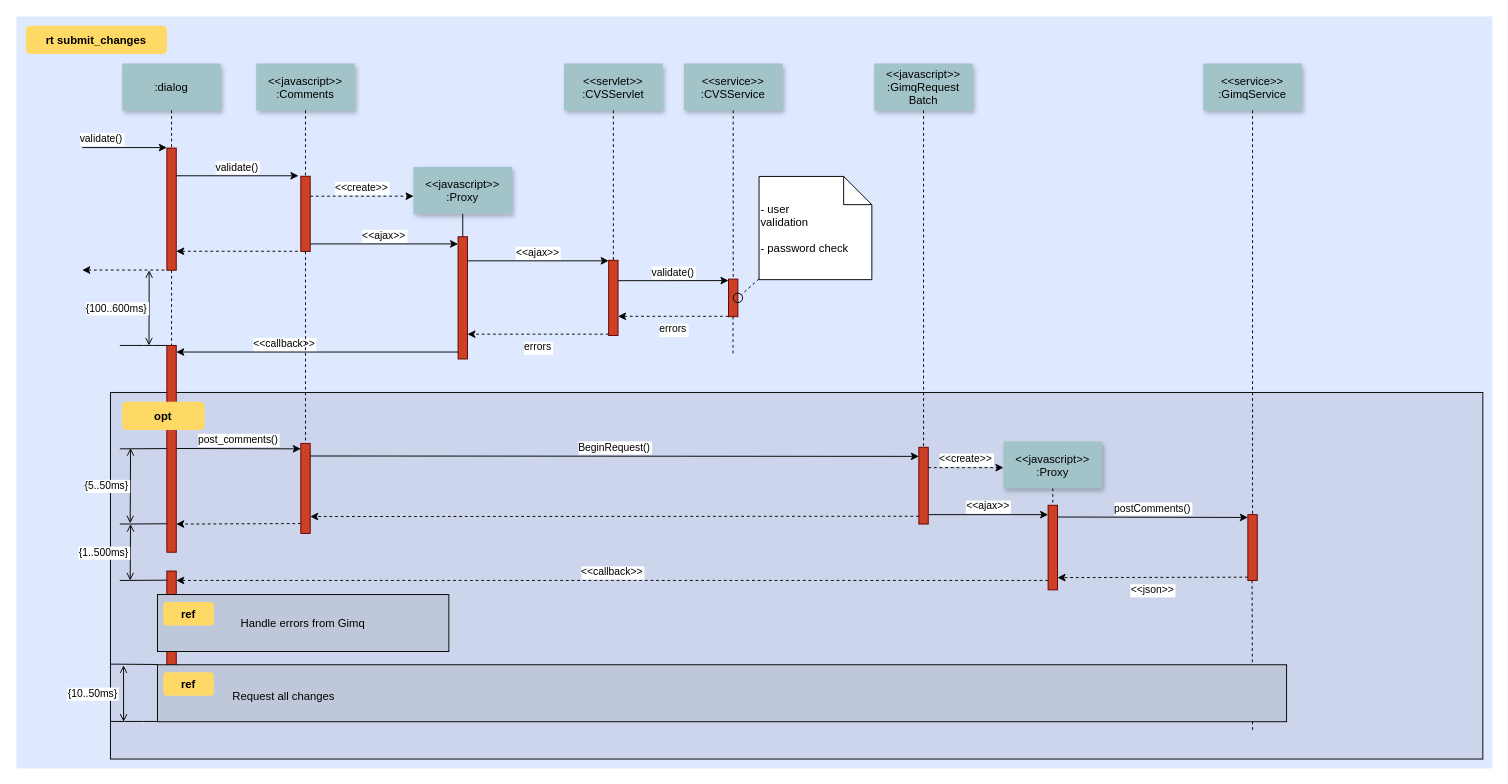
This is sequence_recognition.drawio from Dat0309/DO-AN-NAY-BI-QUY-AM, a draw.io file, before an edit. Source tidied: cells renumbered, new cells numbered last; positions are measured from the earlier drawing's top-left corner, leaving out a move shared by most shapes. Both pictures are drawn from the tidied source at 94%, with x=0, y=0 at pixel (16, 16).
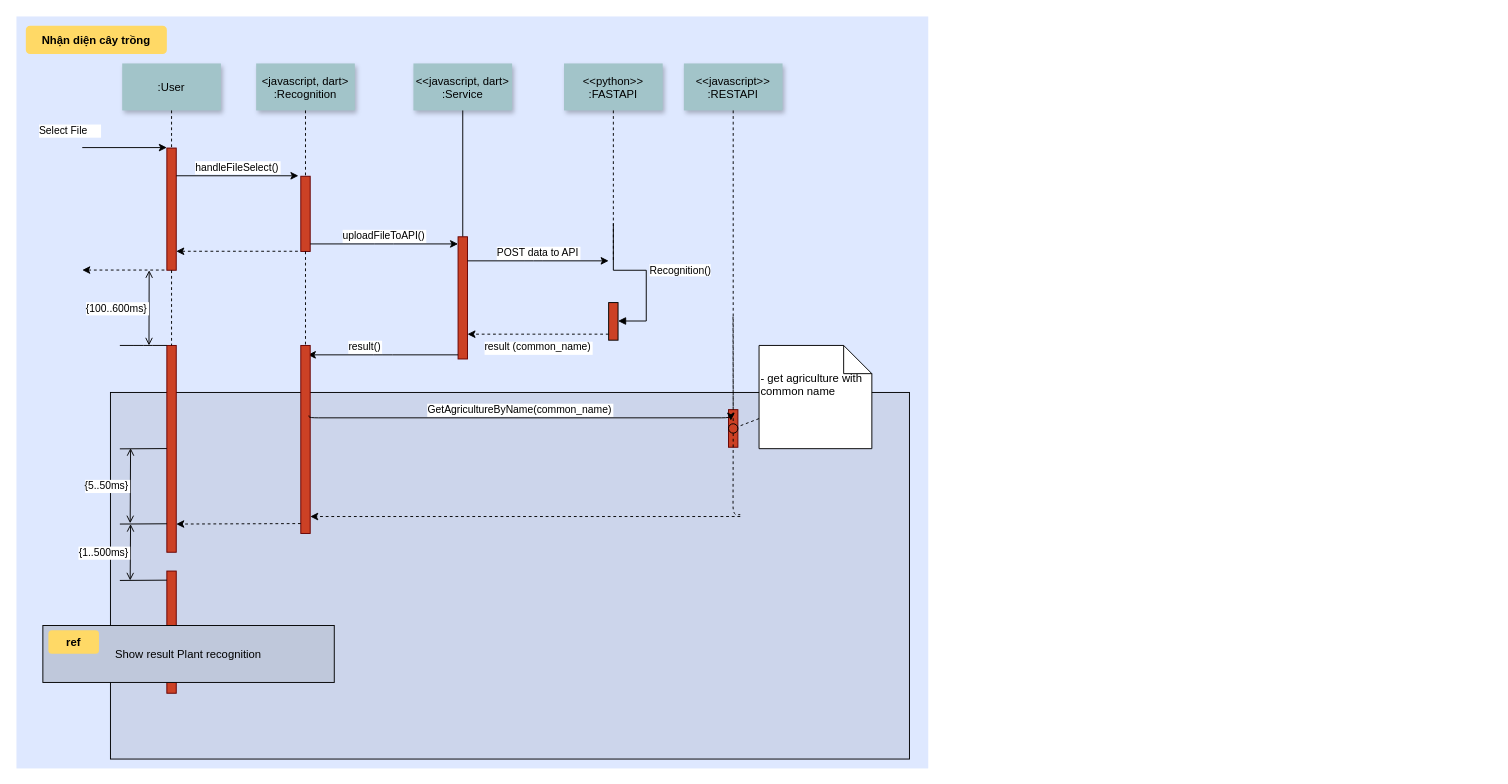
Above is the later version.

Commit message:
Cập nhật sequence_recognition.drawio

Unchanged cells that the change refers to:
```xml
<mxCell id="8" style="fillColor=#CC4125;strokeColor=#660000;" parent="1" vertex="1">
  <mxGeometry x="302.5" y="170" width="10" height="80" as="geometry" />
</mxCell>
<mxCell id="17" style="fillColor=#CC4125;strokeColor=#660000;" parent="1" vertex="1">
  <mxGeometry x="469.8" y="234.4" width="10" height="130" as="geometry" />
</mxCell>
<mxCell id="35" style="fillColor=#CC4125;strokeColor=#660000;" parent="1" vertex="1">
  <mxGeometry x="160" y="350" width="10" height="220" as="geometry" />
</mxCell>
<mxCell id="57" style="fillColor=#CC4125;strokeColor=#660000;" parent="1" vertex="1">
  <mxGeometry x="160" y="590" width="10" height="130" as="geometry" />
</mxCell>
```

What changed in the source:
```diff
@@
     <mxCell id="2" style="fillColor=#DEE8FF;strokeColor=none;" parent="1" vertex="1">
-      <mxGeometry width="1570" height="800" as="geometry" />
+      <mxGeometry width="970" height="800" as="geometry" />
     </mxCell>
     <mxCell id="3" style="fillColor=#CCD5EB;" parent="1" vertex="1">
-      <mxGeometry x="100" y="400" width="1460" height="390" as="geometry" />
+      <mxGeometry x="100" y="400" width="850" height="390" as="geometry" />
     </mxCell>
-    <mxCell id="4" style="edgeStyle=elbowEdgeStyle;elbow=horizontal;endArrow=none;dashed=1;" parent="1" edge="1">
-      <mxGeometry x="1460" y="437.9" as="geometry">
-        <mxPoint x="1314.5" y="600" as="sourcePoint" />
-        <mxPoint x="1314.5" y="760" as="targetPoint" />
-      </mxGeometry>
-    </mxCell>
@@
-    <mxCell id="6" value="validate()" style="edgeStyle=none;verticalLabelPosition=top;verticalAlign=bottom;labelPosition=left;align=right;" parent="1" edge="1">
-      <mxGeometry x="110" y="49.5" as="geometry">
+    <mxCell id="6" value="Select File    " style="edgeStyle=none;verticalLabelPosition=top;verticalAlign=bottom;labelPosition=left;align=right;" parent="1" edge="1">
+      <mxGeometry as="geometry">
         <mxPoint x="70" y="139.5" as="sourcePoint" />
         <mxPoint x="160" y="139.5" as="targetPoint" />
+        <mxPoint x="-25" y="-9" as="offset" />
       </mxGeometry>
     </mxCell>
-    <mxCell id="7" value=":dialog" style="shadow=1;fillColor=#A2C4C9;strokeColor=none;" parent="1" vertex="1">
+    <mxCell id="7" value=":User" style="shadow=1;fillColor=#A2C4C9;strokeColor=none;" parent="1" vertex="1">
       <mxGeometry x="112.5" y="50" width="105" height="50" as="geometry" />
     </mxCell>
@@
-    <mxCell id="9" value="&lt;&lt;javascript&gt;&gt;&#10;:Comments" style="shadow=1;fillColor=#A2C4C9;strokeColor=none;" parent="1" vertex="1">
+    <mxCell id="9" value="&lt;javascript, dart&gt;&#10;:Recognition" style="shadow=1;fillColor=#A2C4C9;strokeColor=none;" parent="1" vertex="1">
       <mxGeometry x="255" y="50" width="105" height="50" as="geometry" />
     </mxCell>
@@
-    <mxCell id="11" value="validate()" style="edgeStyle=none;verticalLabelPosition=top;verticalAlign=bottom;" parent="1" edge="1">
-      <mxGeometry x="220" y="92" as="geometry">
+    <mxCell id="11" value="handleFileSelect()" style="edgeStyle=none;verticalLabelPosition=top;verticalAlign=bottom;" parent="1" edge="1">
+      <mxGeometry as="geometry">
         <mxPoint x="170" y="169.5" as="sourcePoint" />
         <mxPoint x="300" y="169.5" as="targetPoint" />
       </mxGeometry>
     </mxCell>
@@
-    <mxCell id="14" value="&lt;&lt;create&gt;&gt;" style="edgeStyle=none;verticalLabelPosition=top;verticalAlign=bottom;dashed=1;" parent="1" edge="1">
-      <mxGeometry x="385.5" y="113.9" as="geometry">
-        <mxPoint x="312.5" y="191.2" as="sourcePoint" />
-        <mxPoint x="422.5" y="191.2" as="targetPoint" />
-      </mxGeometry>
-    </mxCell>
-    <mxCell id="15" value="&lt;&lt;javascript&gt;&gt;&#10;:Proxy" style="shadow=1;fillColor=#A2C4C9;strokeColor=none;" parent="1" vertex="1">
-      <mxGeometry x="422.3" y="160" width="105" height="50" as="geometry" />
+    <mxCell id="15" value="&lt;&lt;javascript, dart&gt;&#10;:Service" style="shadow=1;fillColor=#A2C4C9;strokeColor=none;" parent="1" vertex="1">
+      <mxGeometry x="422.3" y="50" width="105" height="50" as="geometry" />
     </mxCell>
@@
-    <mxCell id="18" value="&lt;&lt;ajax&gt;&gt;" style="edgeStyle=elbowEdgeStyle;elbow=vertical;verticalLabelPosition=top;verticalAlign=bottom;" parent="1" edge="1" source="8" target="17">
+    <mxCell id="18" value="uploadFileToAPI()" style="edgeStyle=elbowEdgeStyle;elbow=vertical;verticalLabelPosition=top;verticalAlign=bottom;" parent="1" edge="1" source="8" target="17">
       <mxGeometry x="350" y="290" as="geometry" />
     </mxCell>
-    <mxCell id="19" style="fillColor=#CC4125;strokeColor=#660000;" parent="1" vertex="1">
-      <mxGeometry x="630" y="259.4" width="10" height="80" as="geometry" />
-    </mxCell>
-    <mxCell id="20" value="&lt;&lt;servlet&gt;&gt;&#10;:CVSServlet" style="shadow=1;fillColor=#A2C4C9;strokeColor=none;" parent="1" vertex="1">
+    <mxCell id="20" value="&lt;&lt;python&gt;&gt;&#10;:FASTAPI" style="shadow=1;fillColor=#A2C4C9;strokeColor=none;" parent="1" vertex="1">
       <mxGeometry x="582.5" y="50" width="105" height="50" as="geometry" />
     </mxCell>
-    <mxCell id="21" style="edgeStyle=none;endArrow=none;dashed=1;" parent="1" edge="1" source="20" target="19">
-      <mxGeometry x="614.5" y="175" as="geometry" />
+    <mxCell id="21" style="edgeStyle=none;endArrow=none;dashed=1;" parent="1" edge="1" source="20">
+      <mxGeometry x="614.5" y="175" as="geometry">
+        <mxPoint x="635" y="259.4" as="targetPoint" />
+      </mxGeometry>
     </mxCell>
-    <mxCell id="22" value="&lt;&lt;service&gt;&gt;&#10;:CVSService" style="shadow=1;fillColor=#A2C4C9;strokeColor=none;" parent="1" vertex="1">
+    <mxCell id="22" value="&lt;&lt;javascript&gt;&gt;&#10;:RESTAPI" style="shadow=1;fillColor=#A2C4C9;strokeColor=none;" parent="1" vertex="1">
       <mxGeometry x="710" y="50" width="105" height="50" as="geometry" />
     </mxCell>
@@
     <mxCell id="24" style="fillColor=#CC4125;strokeColor=#660000;" parent="1" vertex="1">
-      <mxGeometry x="757.5" y="279.4" width="10" height="40" as="geometry" />
+      <mxGeometry x="757.5" y="418.3" width="10" height="40" as="geometry" />
     </mxCell>
-    <mxCell id="25" value="&lt;&lt;ajax&gt;&gt;" style="edgeStyle=elbowEdgeStyle;elbow=vertical;verticalLabelPosition=top;verticalAlign=bottom;" parent="1" edge="1" source="17" target="19">
+    <mxCell id="25" value="POST data to API" style="edgeStyle=elbowEdgeStyle;elbow=vertical;verticalLabelPosition=top;verticalAlign=bottom;" parent="1" edge="1" source="17">
       <mxGeometry x="540" y="270" as="geometry">
+        <mxPoint x="630" y="260" as="targetPoint" />
         <Array as="points">
           <mxPoint x="550" y="260" />
         </Array>
       </mxGeometry>
     </mxCell>
-    <mxCell id="26" value="errors" style="edgeStyle=elbowEdgeStyle;elbow=vertical;dashed=1;verticalLabelPosition=bottom;verticalAlign=top;" parent="1" edge="1" source="19" target="17">
+    <mxCell id="26" value="result (common_name)" style="edgeStyle=elbowEdgeStyle;elbow=vertical;dashed=1;verticalLabelPosition=bottom;verticalAlign=top;" parent="1" edge="1" target="17">
       <mxGeometry x="550" y="280" as="geometry">
+        <mxPoint x="630" y="338" as="sourcePoint" />
         <Array as="points">
           <mxPoint x="553" y="338" />
         </Array>
       </mxGeometry>
     </mxCell>
-    <mxCell id="27" value="&lt;&lt;javascript&gt;&gt;&#10;:GimqRequest&#10;Batch" style="shadow=1;fillColor=#A2C4C9;strokeColor=none;" parent="1" vertex="1">
-      <mxGeometry x="912.5" y="50" width="105" height="50" as="geometry" />
-    </mxCell>
@@
-    <mxCell id="29" value="validate()" style="edgeStyle=elbowEdgeStyle;elbow=vertical;verticalLabelPosition=top;verticalAlign=bottom;" parent="1" edge="1">
-      <mxGeometry x="550" y="261.7" as="geometry">
-        <mxPoint x="640" y="281.1" as="sourcePoint" />
-        <mxPoint x="757.5" y="281.1" as="targetPoint" />
-      </mxGeometry>
-    </mxCell>
-    <mxCell id="30" value="errors" style="edgeStyle=elbowEdgeStyle;elbow=vertical;dashed=1;verticalLabelPosition=bottom;verticalAlign=top;" parent="1" edge="1">
-      <mxGeometry x="560" y="309.7" as="geometry">
-        <mxPoint x="757.5" y="319" as="sourcePoint" />
-        <mxPoint x="640" y="319" as="targetPoint" />
-      </mxGeometry>
-    </mxCell>
-    <mxCell id="31" style="edgeStyle=elbowEdgeStyle;elbow=horizontal;endArrow=none;dashed=1;" parent="1" edge="1">
+    <mxCell id="31" style="edgeStyle=elbowEdgeStyle;elbow=horizontal;endArrow=none;dashed=1;" parent="1" edge="1" source="32">
       <mxGeometry x="932.3" y="240" as="geometry">
-        <mxPoint x="762.3" y="319.4" as="sourcePoint" />
-        <mxPoint x="762.3" y="360" as="targetPoint" />
+        <mxPoint x="770" y="530" as="targetPoint" />
         <Array as="points">
           <mxPoint x="762.3" y="340" />
         </Array>
       </mxGeometry>
     </mxCell>
-    <mxCell id="32" style="ellipse;fillColor=none;" parent="1" vertex="1">
-      <mxGeometry x="762.5" y="294.4" width="10" height="10" as="geometry" />
-    </mxCell>
-    <mxCell id="33" value=" - user&#10; validation&#10;&#10; - password check" style="shape=note;align=left;" parent="1" vertex="1">
-      <mxGeometry x="790" y="170.2" width="120" height="109.8" as="geometry" />
+    <mxCell id="33" value=" - get agriculture with &#10;common name &#10;&#10;" style="shape=note;align=left;" parent="1" vertex="1">
+      <mxGeometry x="790" y="350" width="120" height="109.8" as="geometry" />
     </mxCell>
@@
-    <mxCell id="36" value="             &lt;&lt;callback&gt;&gt;                                " style="edgeStyle=elbowEdgeStyle;elbow=vertical;dashed=0;verticalLabelPosition=top;verticalAlign=bottom;align=right;" parent="1" edge="1" source="17" target="35">
-      <mxGeometry x="190" y="329.8" as="geometry" />
+    <mxCell id="36" value="result()" style="edgeStyle=elbowEdgeStyle;elbow=vertical;dashed=0;verticalLabelPosition=top;verticalAlign=bottom;align=right;" parent="1" edge="1" source="17">
+      <mxGeometry x="190" y="329.8" as="geometry">
+        <mxPoint x="310" y="360" as="targetPoint" />
+      </mxGeometry>
     </mxCell>
@@
     <mxCell id="40" style="fillColor=#CC4125;strokeColor=#660000;" parent="1" vertex="1">
-      <mxGeometry x="302.5" y="454.2" width="10" height="95.8" as="geometry" />
+      <mxGeometry x="302.5" y="350" width="10" height="200" as="geometry" />
     </mxCell>
-    <mxCell id="41" style="fillColor=#CC4125;strokeColor=#660000;" parent="1" vertex="1">
-      <mxGeometry x="960" y="458.3" width="10" height="81.7" as="geometry" />
-    </mxCell>
-    <mxCell id="42" style="edgeStyle=none;endArrow=none;dashed=1;" parent="1" edge="1" source="27" target="41">
-      <mxGeometry x="956.6" y="205" as="geometry" />
-    </mxCell>
-    <mxCell id="43" value="post_comments()" style="edgeStyle=elbowEdgeStyle;elbow=vertical;verticalLabelPosition=top;verticalAlign=bottom;" parent="1" edge="1">
-      <mxGeometry x="212.5" y="469.6" as="geometry">
-        <mxPoint x="170" y="459.6" as="sourcePoint" />
-        <mxPoint x="302.5" y="459.6" as="targetPoint" />
-      </mxGeometry>
-    </mxCell>
@@
-    <mxCell id="45" value="BeginRequest()" style="edgeStyle=elbowEdgeStyle;elbow=vertical;verticalLabelPosition=top;verticalAlign=bottom;" parent="1" edge="1">
-      <mxGeometry x="530" y="436.8" as="geometry">
-        <mxPoint x="312.5" y="467.6" as="sourcePoint" />
-        <mxPoint x="960" y="467.6" as="targetPoint" />
+    <mxCell id="45" value="GetAgricultureByName(common_name)" style="edgeStyle=elbowEdgeStyle;elbow=vertical;verticalLabelPosition=top;verticalAlign=bottom;" parent="1" edge="1">
+      <mxGeometry x="528.8" y="393.7" as="geometry">
+        <mxPoint x="311.2" y="424.5" as="sourcePoint" />
+        <mxPoint x="760" y="430" as="targetPoint" />
       </mxGeometry>
     </mxCell>
     <mxCell id="46" style="edgeStyle=elbowEdgeStyle;elbow=vertical;dashed=1;verticalLabelPosition=bottom;verticalAlign=top;" parent="1" edge="1">
       <mxGeometry x="530" y="549.1" as="geometry">
-        <mxPoint x="960" y="531.7" as="sourcePoint" />
+        <mxPoint x="770" y="532" as="sourcePoint" />
         <mxPoint x="312.5" y="531.7" as="targetPoint" />
       </mxGeometry>
     </mxCell>
-    <mxCell id="47" value="&lt;&lt;javascript&gt;&gt;&#10;:Proxy" style="shadow=1;fillColor=#A2C4C9;strokeColor=none;" parent="1" vertex="1">
-      <mxGeometry x="1050" y="452.1" width="105" height="50" as="geometry" />
-    </mxCell>
-    <mxCell id="48" style="edgeStyle=none;endArrow=none;dashed=1;" parent="1" edge="1" source="47" target="49">
-      <mxGeometry x="1204.1" y="380.1" as="geometry" />
-    </mxCell>
-    <mxCell id="49" style="fillColor=#CC4125;strokeColor=#660000;" parent="1" vertex="1">
-      <mxGeometry x="1097.5" y="520" width="10" height="90" as="geometry" />
-    </mxCell>
-    <mxCell id="50" style="fillColor=#CC4125;strokeColor=#660000;" parent="1" vertex="1">
-      <mxGeometry x="1310" y="530" width="10" height="70" as="geometry" />
-    </mxCell>
-    <mxCell id="51" value="&lt;&lt;create&gt;&gt;" style="edgeStyle=elbowEdgeStyle;elbow=vertical;verticalLabelPosition=top;verticalAlign=bottom;dashed=1;" parent="1" edge="1" source="41" target="47">
-      <mxGeometry x="901.2" y="322.5" as="geometry" />
-    </mxCell>
-    <mxCell id="52" value="&lt;&lt;ajax&gt;&gt;" style="edgeStyle=elbowEdgeStyle;elbow=vertical;verticalLabelPosition=top;verticalAlign=bottom;" parent="1" edge="1" source="41" target="49">
-      <mxGeometry x="1065" y="359.5" as="geometry" />
-    </mxCell>
-    <mxCell id="53" value="postComments()" style="edgeStyle=elbowEdgeStyle;elbow=vertical;verticalLabelPosition=top;verticalAlign=bottom;" parent="1" edge="1">
-      <mxGeometry x="1225" y="309.5" as="geometry">
-        <mxPoint x="1107.5" y="532.5" as="sourcePoint" />
-        <mxPoint x="1310" y="532.5" as="targetPoint" />
-      </mxGeometry>
-    </mxCell>
-    <mxCell id="54" value="&lt;&lt;json&gt;&gt;" style="edgeStyle=elbowEdgeStyle;elbow=vertical;dashed=1;verticalLabelPosition=bottom;verticalAlign=top;" parent="1" edge="1">
-      <mxGeometry x="1075" y="396" as="geometry">
-        <mxPoint x="1310" y="596.5" as="sourcePoint" />
-        <mxPoint x="1107.5" y="596.5" as="targetPoint" />
-      </mxGeometry>
-    </mxCell>
-    <mxCell id="55" value="&lt;&lt;service&gt;&gt;&#10;:GimqService" style="shadow=1;fillColor=#A2C4C9;strokeColor=none;" parent="1" vertex="1">
-      <mxGeometry x="1262.5" y="50" width="105" height="50" as="geometry" />
-    </mxCell>
-    <mxCell id="56" style="edgeStyle=none;endArrow=none;dashed=1;" parent="1" edge="1" source="55" target="50">
-      <mxGeometry x="1174.1" y="210" as="geometry" />
-    </mxCell>
@@
-    <mxCell id="59" value="&lt;&lt;callback&gt;&gt;" style="edgeStyle=elbowEdgeStyle;elbow=vertical;dashed=1;verticalLabelPosition=bottom;verticalAlign=bottom;" parent="1" edge="1" source="49" target="57">
-      <mxGeometry x="540" y="559.1" as="geometry" />
-    </mxCell>
-    <mxCell id="60" value="rt submit_changes" style="rounded=1;fontStyle=1;fillColor=#FFD966;strokeColor=none;" parent="1" vertex="1">
+    <mxCell id="60" value="Nhận diện cây trồng" style="rounded=1;fontStyle=1;fillColor=#FFD966;strokeColor=none;" parent="1" vertex="1">
       <mxGeometry x="10" y="10" width="150" height="30" as="geometry" />
     </mxCell>
-    <mxCell id="61" value="opt" style="rounded=1;fontStyle=1;fillColor=#FFD966;strokeColor=none;" parent="1" vertex="1">
-      <mxGeometry x="112.5" y="410" width="87.5" height="30" as="geometry" />
-    </mxCell>
-    <mxCell id="62" value="Handle errors from Gimq" style="fillColor=#BFC8DB;" parent="1" vertex="1">
-      <mxGeometry x="150" y="615" width="310" height="60.6" as="geometry" />
+    <mxCell id="62" value="Show result Plant recognition" style="fillColor=#BFC8DB;" parent="1" vertex="1">
+      <mxGeometry x="28.1" y="647.9" width="310" height="60.6" as="geometry" />
     </mxCell>
     <mxCell id="63" value="ref" style="rounded=1;fontStyle=1;fillColor=#FFD966;strokeColor=none;" parent="1" vertex="1">
-      <mxGeometry x="156.2" y="622.9" width="53.8" height="25" as="geometry" />
+      <mxGeometry x="34" y="653" width="53.8" height="25" as="geometry" />
     </mxCell>
-    <mxCell id="64" style="align=left;fillColor=#BFC8DB;" parent="1" vertex="1">
-      <mxGeometry x="150" y="689.7" width="1201.2" height="60.6" as="geometry" />
-    </mxCell>
-    <mxCell id="65" value="ref" style="rounded=1;fontStyle=1;fillColor=#FFD966;strokeColor=none;" parent="1" vertex="1">
-      <mxGeometry x="156.2" y="697.6" width="53.8" height="25" as="geometry" />
-    </mxCell>
-    <mxCell id="66" value="Request all changes" style="text;align=left;" parent="1" vertex="1">
-      <mxGeometry x="228.1" y="710.1" width="351.8" height="26" as="geometry" />
-    </mxCell>
@@
-    <mxCell id="70" style="edgeStyle=elbowEdgeStyle;elbow=vertical;endArrow=none;" parent="1" edge="1">
-      <mxGeometry x="50" y="649.4" as="geometry">
-        <mxPoint x="150" y="689.4" as="sourcePoint" />
-        <mxPoint x="100" y="689.4" as="targetPoint" />
-      </mxGeometry>
-    </mxCell>
-    <mxCell id="71" style="edgeStyle=elbowEdgeStyle;elbow=vertical;endArrow=none;" parent="1" edge="1">
-      <mxGeometry x="50" y="710" as="geometry">
-        <mxPoint x="150" y="750" as="sourcePoint" />
-        <mxPoint x="100" y="750" as="targetPoint" />
-      </mxGeometry>
-    </mxCell>
@@
-    <mxCell id="74" value="{10..50ms}" style="edgeStyle=elbowEdgeStyle;elbow=horizontal;startArrow=open;endArrow=open;labelPosition=left;align=right;" parent="1" edge="1">
-      <mxGeometry as="geometry">
-        <mxPoint x="113.9" y="690.3" as="sourcePoint" />
-        <mxPoint x="113.9" y="750.3" as="targetPoint" />
-        <mxPoint x="-4.2" y="-0.3" as="offset" />
-      </mxGeometry>
-    </mxCell>
+    <mxCell id="75" style="html=1;points=[];perimeter=orthogonalPerimeter;outlineConnect=0;targetShapes=umlLifeline;portConstraint=eastwest;newEdgeStyle={&quot;edgeStyle&quot;:&quot;elbowEdgeStyle&quot;,&quot;elbow&quot;:&quot;vertical&quot;,&quot;curved&quot;:0,&quot;rounded&quot;:0};fillColor=#cc4125;" parent="1" vertex="1">
+      <mxGeometry x="630" y="304.4" width="10" height="40" as="geometry" />
+    </mxCell>
+    <mxCell id="76" value="Recognition()" style="html=1;align=left;spacingLeft=2;endArrow=block;rounded=0;edgeStyle=orthogonalEdgeStyle;curved=0;rounded=0;" parent="1" edge="1" target="75">
+      <mxGeometry relative="1" as="geometry">
+        <mxPoint x="635" y="220" as="sourcePoint" />
+        <Array as="points">
+          <mxPoint x="635" y="270" />
+          <mxPoint x="670" y="270" />
+          <mxPoint x="670" y="324" />
+        </Array>
+      </mxGeometry>
+    </mxCell>
+    <mxCell id="77" style="edgeStyle=elbowEdgeStyle;elbow=horizontal;endArrow=none;dashed=1;" parent="1" edge="1" target="32">
+      <mxGeometry x="932.3" y="240" as="geometry">
+        <mxPoint x="762.3" y="319.4" as="sourcePoint" />
+      </mxGeometry>
+    </mxCell>
+    <mxCell id="32" style="ellipse;fillColor=none;" parent="1" vertex="1">
+      <mxGeometry x="757.5" y="433.3" width="10" height="10" as="geometry" />
+    </mxCell>
```
